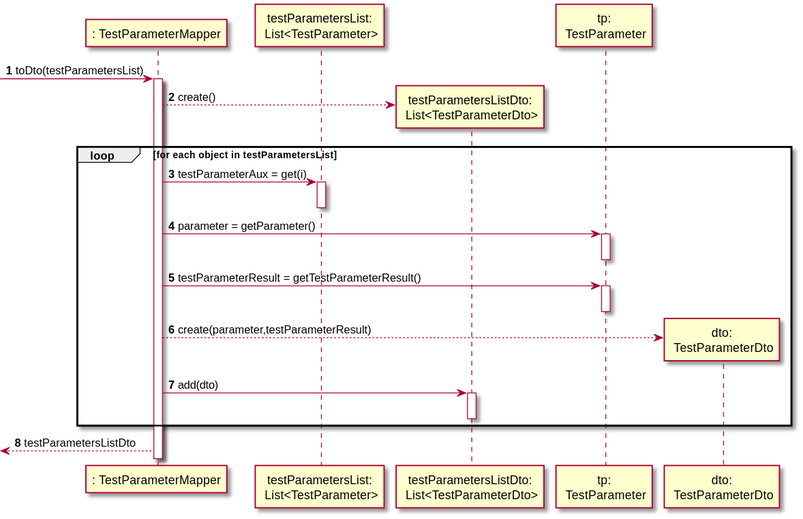
This is docs/SprintC/US14/SD_TestParameterMapper_toDto_List.svg from manu-07-ela/LAPR2_ISEP, a PlantUML export, as it was before one commit. Its diagram source:
```plantuml
@startuml
autonumber

participant ": TestParameterMapper" as Mapper
participant "testParametersList:\n List<TestParameter>" as lTP
participant "testParametersListDto:\n List<TestParameterDto>" as lTPDto
participant "tp:\n TestParameter" as TP
participant "dto:\n TestParameterDto" as TPDto

-> Mapper : toDto(testParametersList)
activate Mapper
Mapper --> lTPDto** : create()
loop for each object in testParametersList
Mapper -> lTP : testParameterAux = get(i)
activate lTP
deactivate lTP
Mapper -> TP: parameter = getParameter()
activate TP
deactivate TP
Mapper -> TP: testParameterResult = getTestParameterResult()
activate TP
deactivate TP
Mapper --> TPDto** : create(parameter,testParameterResult)
Mapper -> lTPDto : add(dto)
activate lTPDto
deactivate lTPDto
end
<-- Mapper : testParametersListDto



@enduml
```
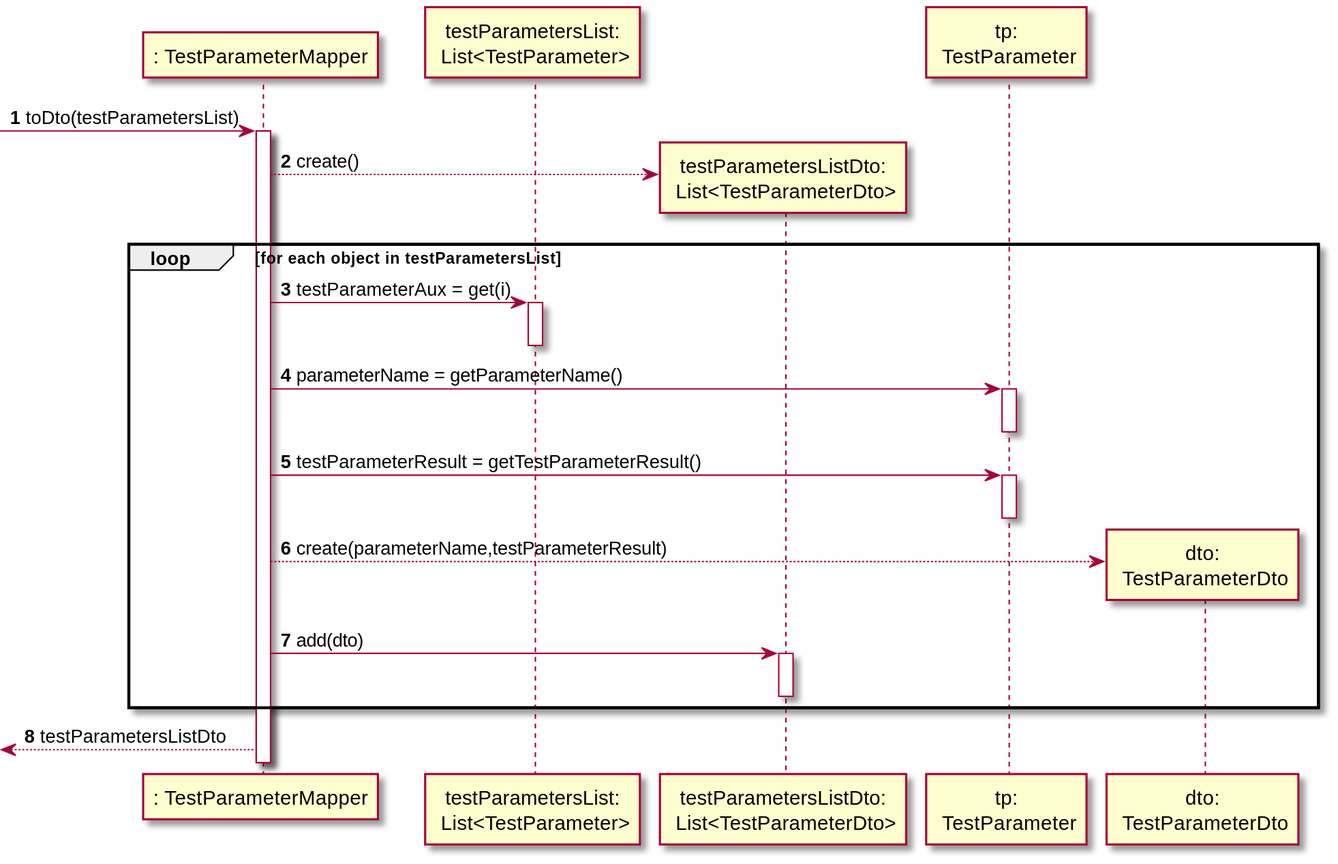
Later version of the same file.

What changed in the source:
```diff
@@ -14,13 +14,13 @@
 Mapper -> lTP : testParameterAux = get(i)
 activate lTP
 deactivate lTP
-Mapper -> TP: parameter = getParameter()
+Mapper -> TP: parameterName = getParameterName()
 activate TP
 deactivate TP
 Mapper -> TP: testParameterResult = getTestParameterResult()
 activate TP
 deactivate TP
-Mapper --> TPDto** : create(parameter,testParameterResult)
+Mapper --> TPDto** : create(parameterName,testParameterResult)
 Mapper -> lTPDto : add(dto)
 activate lTPDto
 deactivate lTPDto
```
